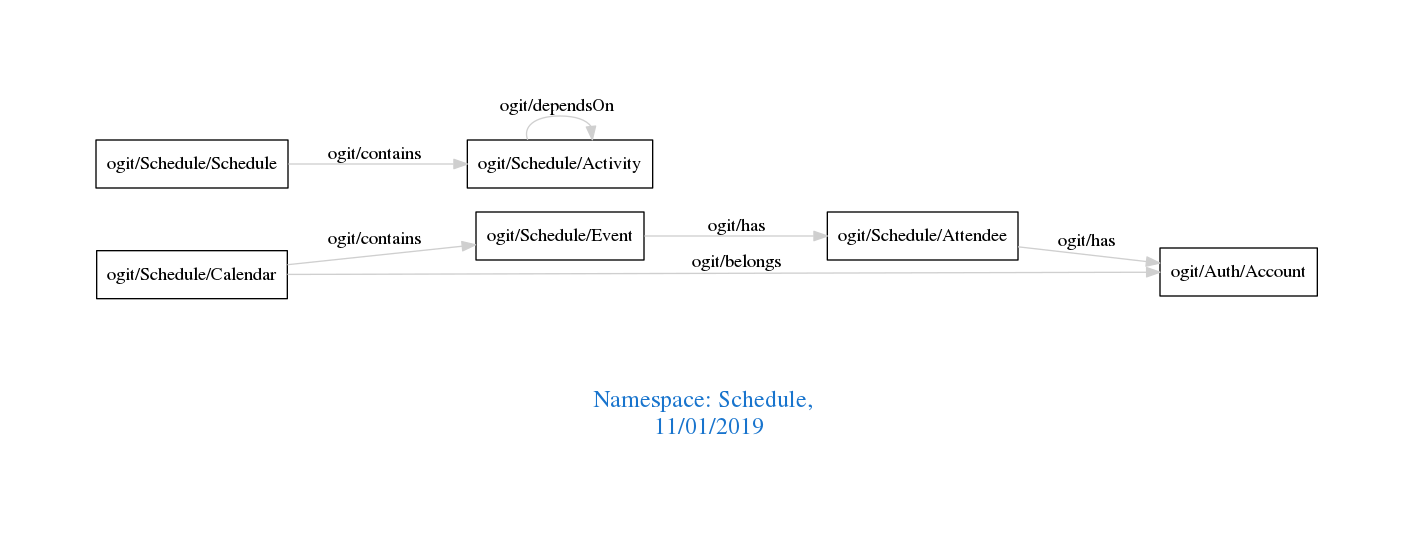
The Graphviz diagram downloads/Schedule.png in arago/OGIT, before a commit. Its source is kept beside it as downloads/Schedule.dot.
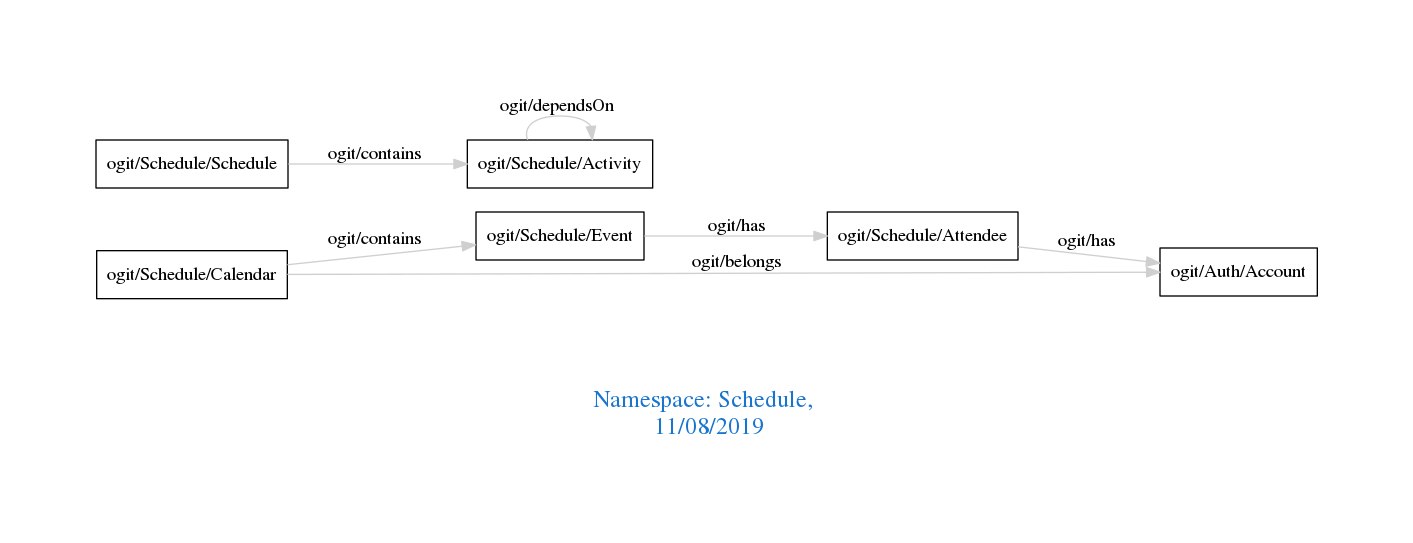
After the change.

What changed in the source:
```diff
@@ -1,7 +1,7 @@
 digraph OGIT_ontology {
  graph [ rankdir= LR,pad=1
 fontsize = 18,
-fontcolor= dodgerblue3,label = "\n\n\nNamespace: Schedule, \n 11/01/2019"];
+fontcolor= dodgerblue3,label = "\n\n\nNamespace: Schedule, \n 11/08/2019"];
 node[shape=polygon];
 edge [  color="gray81"];
 
```
